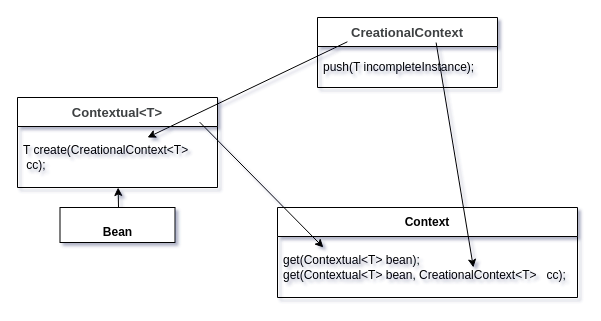
11800222/MeleyForDiagramsStorage keeps this draw.io diagram as Untitled Diagram.drawio. Above is the earlier version. Source tidied: cells renumbered, new cells numbered last; positions are measured from the earlier drawing's top-left corner, leaving out a move shared by most shapes. Both pictures are drawn from the tidied source at 100%, with x=0, y=0 at pixel (17, 17).
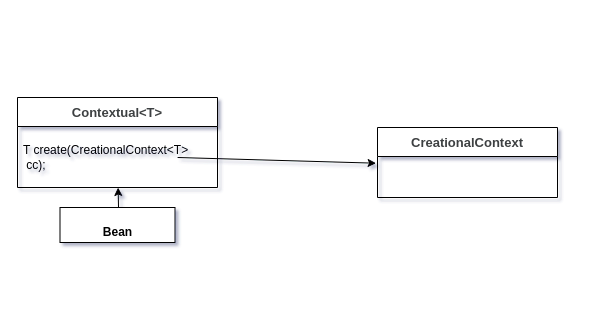
The same page after the edit.

Diff of the diagram source:
```diff
@@
 <mxGraphModel shadow="1">
   <root>
     <mxCell id="0" />
     <mxCell id="1" parent="0" />
     <mxCell id="2" value="&lt;span style=&quot;color: rgb(62, 65, 66); font-family: &amp;quot;Microsoft YaHei&amp;quot;, 微软雅黑, Arial; font-size: 13px; background-color: rgba(227, 222, 214, 0.01); --darkreader-inline-color: #494c4d; --darkreader-inline-bgcolor: rgba(202, 196, 187, 0.01);&quot;&gt;Contextual&amp;lt;T&amp;gt;&lt;/span&gt;" style="swimlane;fontStyle=1;align=center;verticalAlign=middle;horizontal=1;startSize=29;html=1;whiteSpace=wrap;" parent="1" vertex="1">
       <mxGeometry y="80" width="200" height="90" as="geometry" />
     </mxCell>
     <mxCell id="3" value="T create(CreationalContext&amp;lt;T&amp;gt;&amp;nbsp; &amp;nbsp; &amp;nbsp;cc);" style="text;html=1;strokeColor=none;fillColor=none;align=left;verticalAlign=middle;spacingLeft=4;spacingRight=4;overflow=hidden;points=[[0,0.5],[1,0.5]];portConstraint=eastwest;whiteSpace=wrap;" parent="2" vertex="1">
       <mxGeometry y="29" width="200" height="61" as="geometry" />
     </mxCell>
-    <mxCell id="4" value="Context" style="swimlane;fontStyle=1;align=center;verticalAlign=middle;horizontal=1;startSize=29;html=1;whiteSpace=wrap;" parent="1" vertex="1">
-      <mxGeometry x="260" y="190" width="300" height="90" as="geometry" />
-    </mxCell>
-    <mxCell id="5" value="&lt;div&gt;get(Contextual&amp;lt;T&amp;gt; bean);&lt;/div&gt;&lt;div&gt;get(Contextual&amp;lt;T&amp;gt; bean, CreationalContext&amp;lt;T&amp;gt;&amp;nbsp; &amp;nbsp;cc);&lt;/div&gt;" style="text;html=1;strokeColor=none;fillColor=none;align=left;verticalAlign=middle;spacingLeft=4;spacingRight=4;overflow=hidden;points=[[0,0.5],[1,0.5]];portConstraint=eastwest;whiteSpace=wrap;" parent="4" vertex="1">
-      <mxGeometry y="29" width="300" height="61" as="geometry" />
-    </mxCell>
+    <mxCell id="13" style="endArrow=none;html=1;rounded=0;exitX=-0.008;exitY=0.163;exitDx=0;exitDy=0;exitPerimeter=0;startArrow=classic;startFill=1;endFill=0;" parent="2" edge="1">
+      <mxGeometry relative="1" as="geometry">
+        <mxPoint x="358.6" y="65.7" as="sourcePoint" />
+        <mxPoint x="160.1" y="60" as="targetPoint" />
+      </mxGeometry>
+    </mxCell>
     <mxCell id="6" value="&lt;span style=&quot;color: rgb(62, 65, 66); font-family: &amp;quot;Microsoft YaHei&amp;quot;, 微软雅黑, Arial; font-size: 13px; background-color: rgba(227, 222, 214, 0.01); --darkreader-inline-color: #494c4d; --darkreader-inline-bgcolor: rgba(202, 196, 187, 0.01);&quot;&gt;CreationalContext&lt;/span&gt;" style="swimlane;fontStyle=1;align=center;verticalAlign=middle;horizontal=1;startSize=29;html=1;whiteSpace=wrap;" parent="1" vertex="1">
-      <mxGeometry x="300" width="180" height="70" as="geometry" />
+      <mxGeometry x="360" y="110" width="180" height="70" as="geometry" />
     </mxCell>
-    <mxCell id="7" value="push(T incompleteInstance);" style="text;html=1;strokeColor=none;fillColor=none;align=left;verticalAlign=middle;spacingLeft=4;spacingRight=4;overflow=hidden;points=[[0,0.5],[1,0.5]];portConstraint=eastwest;whiteSpace=wrap;" parent="6" vertex="1">
-      <mxGeometry y="29" width="180" height="41" as="geometry" />
-    </mxCell>
-    <mxCell id="8" style="endArrow=classic;html=1;rounded=0;exitX=0.166;exitY=-0.115;exitDx=0;exitDy=0;exitPerimeter=0;entryX=0.65;entryY=0.18;entryDx=0;entryDy=0;entryPerimeter=0;" parent="1" edge="1" source="7" target="3">
-      <mxGeometry relative="1" as="geometry" />
-    </mxCell>
-    <mxCell id="9" style="endArrow=classic;html=1;rounded=0;exitX=0.659;exitY=-0.096;exitDx=0;exitDy=0;exitPerimeter=0;entryX=0.653;entryY=0.508;entryDx=0;entryDy=0;entryPerimeter=0;" parent="1" edge="1" source="7" target="5">
-      <mxGeometry relative="1" as="geometry" />
-    </mxCell>
-    <mxCell id="10" style="endArrow=classic;html=1;rounded=0;entryX=0.153;entryY=0.18;entryDx=0;entryDy=0;entryPerimeter=0;exitX=0.911;exitY=-0.071;exitDx=0;exitDy=0;exitPerimeter=0;" parent="1" edge="1" source="3" target="5">
-      <mxGeometry relative="1" as="geometry" />
-    </mxCell>
     <mxCell id="11" value="&lt;p style=&quot;margin:0px;margin-top:4px;text-align:center;&quot;&gt;&lt;br&gt;&lt;b&gt;Bean&lt;/b&gt;&lt;/p&gt;" style="verticalAlign=top;align=left;overflow=fill;html=1;whiteSpace=wrap;" parent="1" vertex="1">
       <mxGeometry x="42.5" y="190" width="115" height="35" as="geometry" />
     </mxCell>
     <mxCell id="12" style="endArrow=classic;html=1;rounded=0;exitX=0.509;exitY=0.01;exitDx=0;exitDy=0;exitPerimeter=0;" parent="1" edge="1" source="11" target="3">
       <mxGeometry relative="1" as="geometry" />
     </mxCell>
   </root>
 </mxGraphModel>
```
